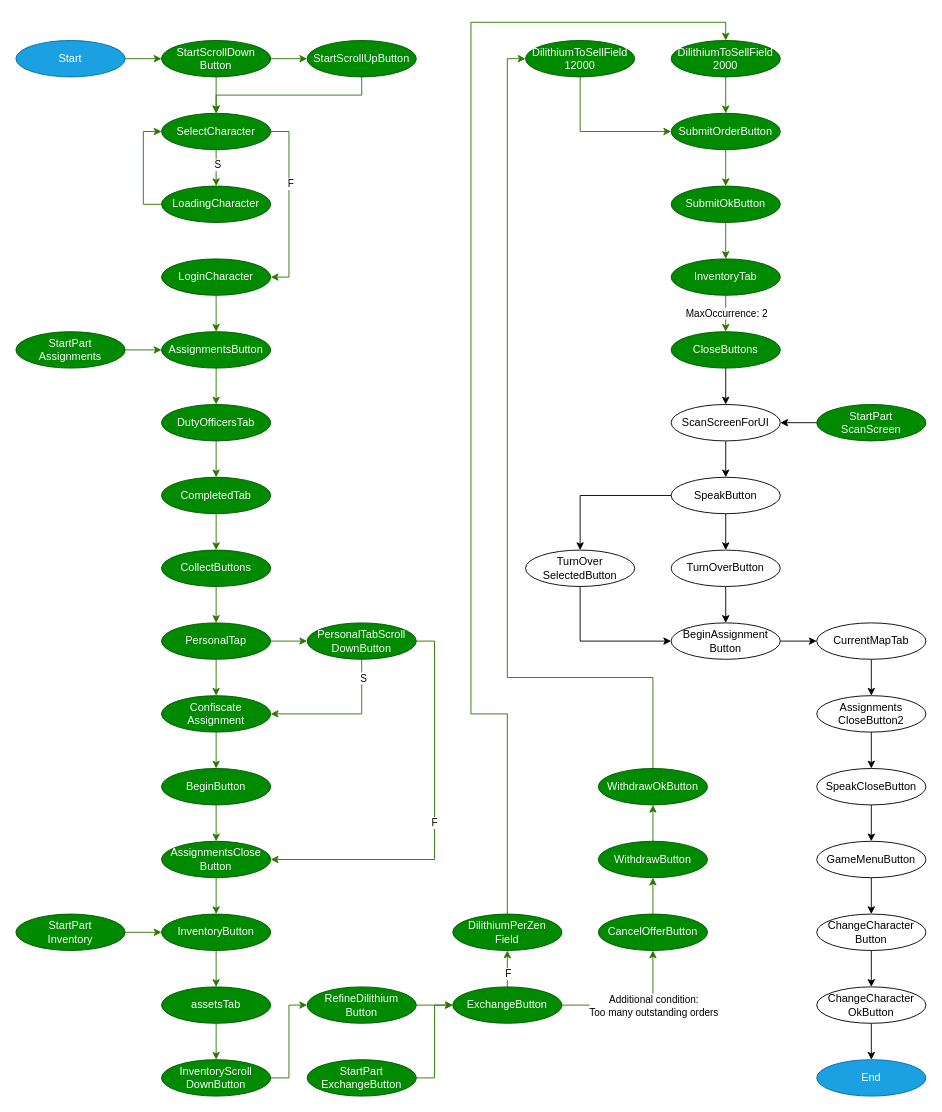
Tomaszon/AutoFarmer keeps this draw.io diagram as AutoFarmer.drawio. Above is the earlier version. Source tidied: cells renumbered, new cells numbered last; positions are measured from the earlier drawing's top-left corner, leaving out a move shared by most shapes. Both pictures are drawn from the tidied source at 91%, with x=0, y=0 at pixel (15, 22).
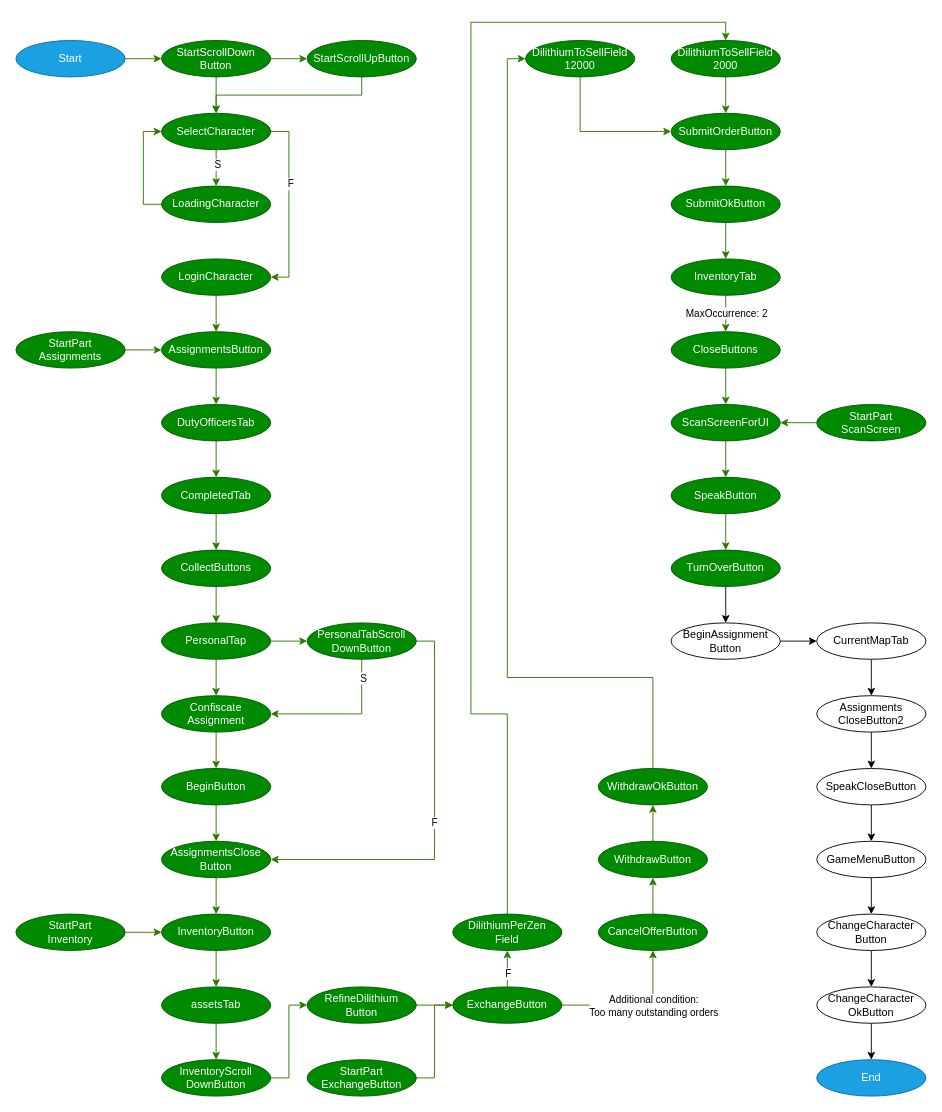
The same page after the edit.

The change refers to these unchanged cells:
```xml
<mxCell id="54" value="CloseButtons" style="ellipse;whiteSpace=wrap;html=1;fillColor=#008a00;strokeColor=#005700;fontColor=#ffffff;" parent="1" vertex="1">
  <mxGeometry x="720" y="340" width="120" height="40" as="geometry" />
</mxCell>
<mxCell id="63" value="BeginAssignment&lt;br&gt;Button" style="ellipse;whiteSpace=wrap;html=1;" parent="1" vertex="1">
  <mxGeometry x="720" y="660" width="120" height="40" as="geometry" />
</mxCell>
<mxCell id="102" value="StartPart&lt;br&gt;ScanScreen" style="ellipse;whiteSpace=wrap;html=1;fillColor=#008a00;strokeColor=#005700;fontColor=#ffffff;" parent="1" vertex="1">
  <mxGeometry x="880" y="420" width="120" height="40" as="geometry" />
</mxCell>
```

Change to the diagram source:
```diff
@@
-    <mxCell id="53" style="edgeStyle=orthogonalEdgeStyle;rounded=0;jettySize=auto;html=1;" parent="1" edge="1" source="54" target="56">
+    <mxCell id="53" style="edgeStyle=orthogonalEdgeStyle;rounded=0;jettySize=auto;html=1;fillColor=#60a917;strokeColor=#2D7600;" parent="1" edge="1" source="54" target="56">
       <mxGeometry relative="1" as="geometry" />
     </mxCell>
@@
-    <mxCell id="55" style="edgeStyle=orthogonalEdgeStyle;rounded=0;jettySize=auto;html=1;" parent="1" edge="1" source="56" target="59">
+    <mxCell id="55" style="edgeStyle=orthogonalEdgeStyle;rounded=0;jettySize=auto;html=1;fillColor=#60a917;strokeColor=#2D7600;" parent="1" edge="1" source="56" target="59">
       <mxGeometry relative="1" as="geometry" />
     </mxCell>
-    <mxCell id="56" value="ScanScreenForUI" style="ellipse;whiteSpace=wrap;html=1;" parent="1" vertex="1">
+    <mxCell id="56" value="ScanScreenForUI" style="ellipse;whiteSpace=wrap;html=1;fillColor=#008a00;strokeColor=#005700;fontColor=#ffffff;" parent="1" vertex="1">
       <mxGeometry x="720" y="420" width="120" height="40" as="geometry" />
     </mxCell>
-    <mxCell id="57" style="edgeStyle=orthogonalEdgeStyle;rounded=0;jettySize=auto;html=1;" parent="1" edge="1" source="59" target="61">
+    <mxCell id="57" style="edgeStyle=orthogonalEdgeStyle;rounded=0;jettySize=auto;html=1;fillColor=#60a917;strokeColor=#2D7600;" parent="1" edge="1" source="59" target="61">
       <mxGeometry relative="1" as="geometry" />
     </mxCell>
-    <mxCell id="58" style="edgeStyle=orthogonalEdgeStyle;rounded=0;jettySize=auto;html=1;exitX=1;exitY=0.5;exitDx=0;exitDy=0;entryX=0.5;entryY=0;entryDx=0;entryDy=0;" parent="1" edge="1" source="59" target="98">
-      <mxGeometry relative="1" as="geometry">
-        <Array as="points">
-          <mxPoint x="620" y="520" />
-        </Array>
-      </mxGeometry>
-    </mxCell>
-    <mxCell id="59" value="SpeakButton" style="ellipse;whiteSpace=wrap;html=1;" parent="1" vertex="1">
+    <mxCell id="59" value="SpeakButton" style="ellipse;whiteSpace=wrap;html=1;fillColor=#008a00;strokeColor=#005700;fontColor=#ffffff;" parent="1" vertex="1">
       <mxGeometry x="720" y="500" width="120" height="40" as="geometry" />
     </mxCell>
@@
-    <mxCell id="61" value="TurnOverButton" style="ellipse;whiteSpace=wrap;html=1;" parent="1" vertex="1">
+    <mxCell id="61" value="TurnOverButton" style="ellipse;whiteSpace=wrap;html=1;fillColor=#008a00;strokeColor=#005700;fontColor=#ffffff;" parent="1" vertex="1">
       <mxGeometry x="720" y="580" width="120" height="40" as="geometry" />
     </mxCell>
@@
-    <mxCell id="97" style="edgeStyle=orthogonalEdgeStyle;rounded=0;jettySize=auto;html=1;exitX=0.5;exitY=1;exitDx=0;exitDy=0;entryX=0;entryY=0.5;entryDx=0;entryDy=0;" parent="1" edge="1" source="98" target="63">
-      <mxGeometry relative="1" as="geometry" />
-    </mxCell>
-    <mxCell id="98" value="TurnOver&lt;br&gt;SelectedButton" style="ellipse;whiteSpace=wrap;html=1;" parent="1" vertex="1">
-      <mxGeometry x="560" y="580" width="120" height="40" as="geometry" />
-    </mxCell>
@@
-    <mxCell id="101" style="edgeStyle=orthogonalEdgeStyle;rounded=0;jettySize=auto;html=1;exitX=0;exitY=0.5;exitDx=0;exitDy=0;entryX=1;entryY=0.5;entryDx=0;entryDy=0;" parent="1" edge="1" source="102" target="56">
+    <mxCell id="101" style="edgeStyle=orthogonalEdgeStyle;rounded=0;jettySize=auto;html=1;exitX=0;exitY=0.5;exitDx=0;exitDy=0;entryX=1;entryY=0.5;entryDx=0;entryDy=0;fillColor=#60a917;strokeColor=#2D7600;" parent="1" edge="1" source="102" target="56">
       <mxGeometry relative="1" as="geometry" />
     </mxCell>
```
